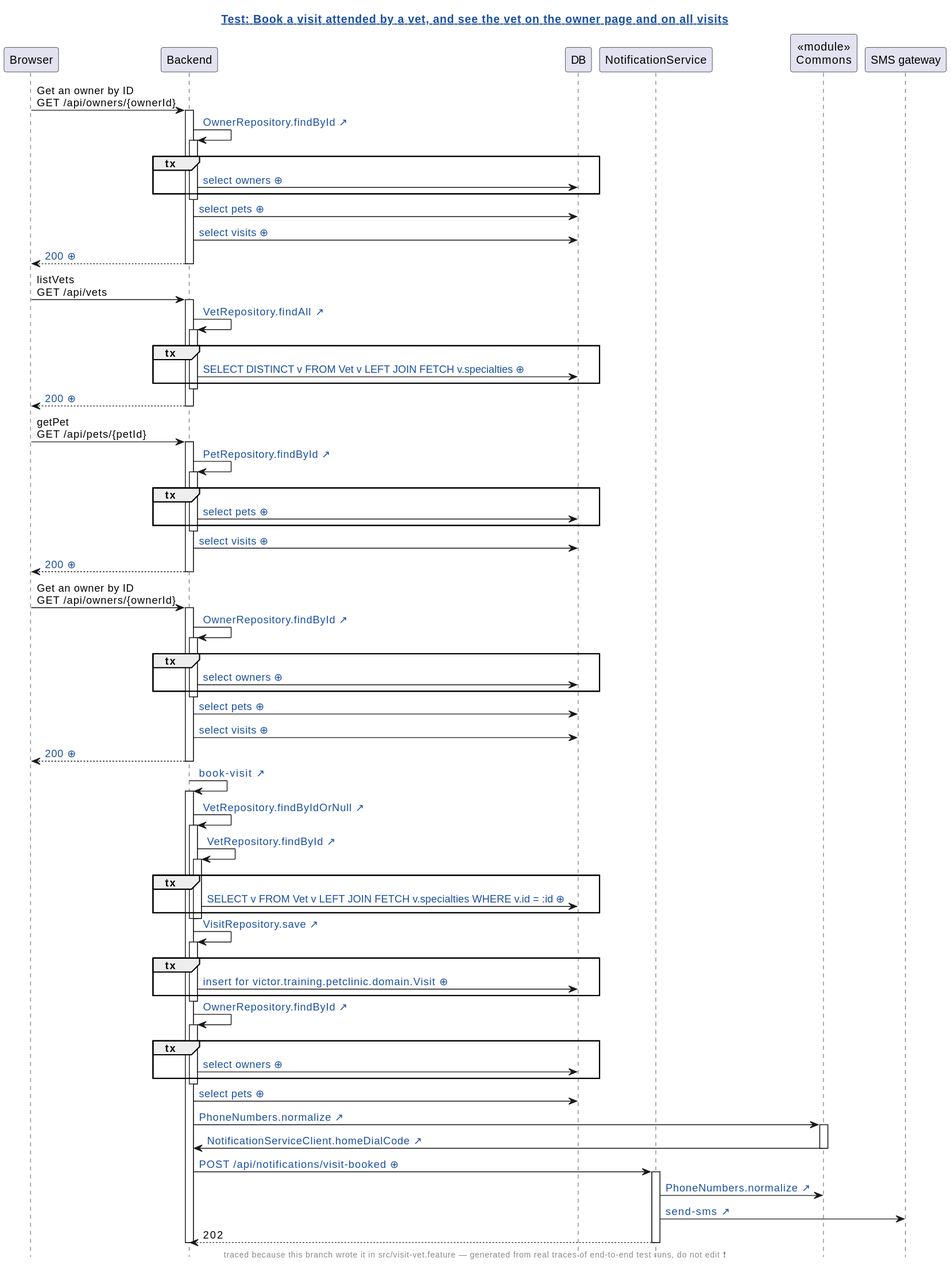
AgustinOliver98/human-review keeps this PlantUML diagram as demo/demo/assets/diagrams/petclinic-test_generated_visit-vet.feature.book-a-visit-attended-by-a-vet-and-see-the-vet-on-the-owner-page-and-on-all-visits.genseq.diff.svg. Above is the earlier version.
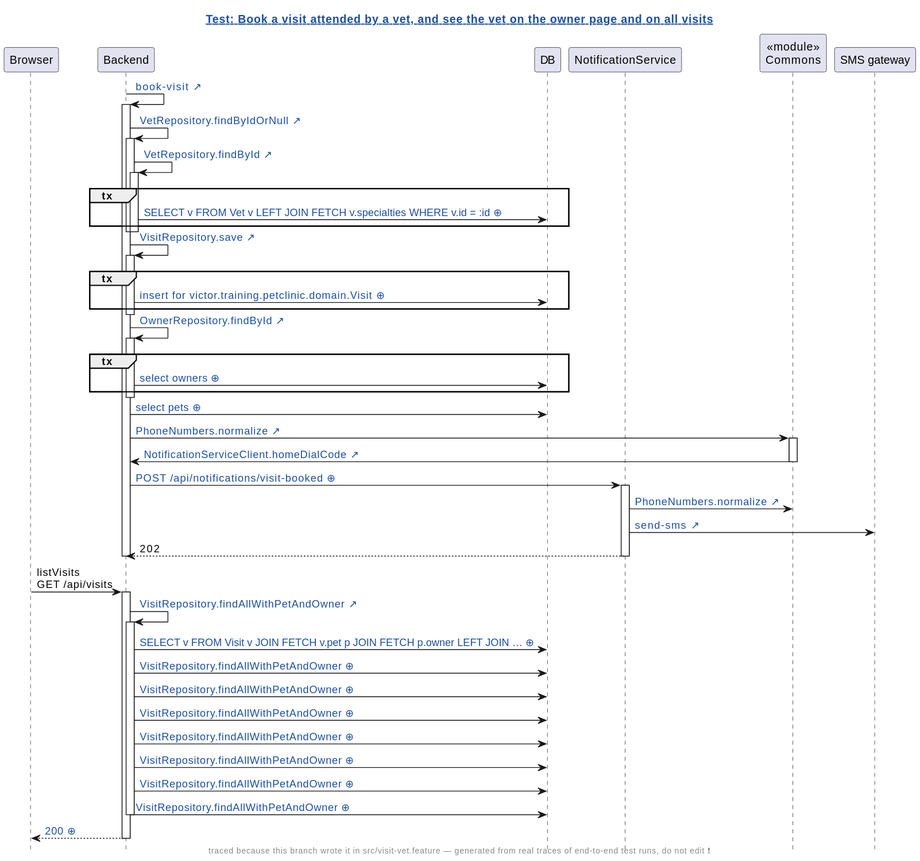
The same file after the commit.

What changed in the source:
```diff
@@ -10,51 +10,6 @@
 participant NotificationService
 participant "«module»\nCommons" as Commons
 participant "SMS gateway"
-Browser -> Backend: Get an owner by ID\nGET /api/owners/{ownerId}
-activate Backend
-Backend -> Backend: [[src://petclinic-backend/src/main/java/victor/training/petclinic/repository/OwnerRepository.java:14{Click to open OwnerRepository.findById} OwnerRepository.findById ↗]]
-activate Backend
-group tx
-Backend -> DB: [[genseq://0x8aana{Click for the statement behind this call} select owners ⊕]]
-end
-deactivate Backend
-Backend -> DB: [[genseq://18567ho{Click for the statement behind this call} select pets ⊕]]
-Backend -> DB: [[genseq://1eq1h2q{Click for the statement behind this call} select visits ⊕]]
-Backend --> Browser: [[genseq://1bhasc1{Click for this call’s JSON body} 200 ⊕]]
-deactivate Backend
-Browser -> Backend: listVets\nGET /api/vets
-activate Backend
-Backend -> Backend: [[src://petclinic-backend/src/main/java/victor/training/petclinic/repository/VetRepository.java:13{Click to open VetRepository.findAll} VetRepository.findAll ↗]]
-activate Backend
-group tx
-Backend -> DB: [[genseq://0p6yxbc{Click for the statement behind this call} SELECT DISTINCT v FROM Vet v LEFT JOIN FETCH v.specialties ⊕]]
-end
-deactivate Backend
-Backend --> Browser: [[genseq://1nmg2oo{Click for this call’s JSON body} 200 ⊕]]
-deactivate Backend
-Browser -> Backend: getPet\nGET /api/pets/{petId}
-activate Backend
-Backend -> Backend: [[src://petclinic-backend/src/main/java/victor/training/petclinic/repository/PetRepository.java:16{Click to open PetRepository.findById} PetRepository.findById ↗]]
-activate Backend
-group tx
-Backend -> DB: [[genseq://0y7w2ps{Click for the statement behind this call} select pets ⊕]]
-end
-deactivate Backend
-Backend -> DB: [[genseq://1eq1h2q{Click for the statement behind this call} select visits ⊕]]
-Backend --> Browser: [[genseq://0n1gsl8{Click for this call’s JSON body} 200 ⊕]]
-deactivate Backend
-Browser -> Backend: Get an owner by ID\nGET /api/owners/{ownerId}
-activate Backend
-Backend -> Backend: [[src://petclinic-backend/src/main/java/victor/training/petclinic/repository/OwnerRepository.java:14{Click to open OwnerRepository.findById} OwnerRepository.findById ↗]]
-activate Backend
-group tx
-Backend -> DB: [[genseq://0x8aana{Click for the statement behind this call} select owners ⊕]]
-end
-deactivate Backend
-Backend -> DB: [[genseq://18567ho{Click for the statement behind this call} select pets ⊕]]
-Backend -> DB: [[genseq://1eq1h2q{Click for the statement behind this call} select visits ⊕]]
-Backend --> Browser: [[genseq://1bhasc1{Click for this call’s JSON body} 200 ⊕]]
-deactivate Backend
 Backend -> Backend: [[src://petclinic-backend/src/main/java/victor/training/petclinic/rest/OwnerRestController.java:193{Click to open OwnerRestController.bookVisit} book-visit ↗]]
 activate Backend
 Backend -> Backend: [[src://petclinic-backend/src/main/java/victor/training/petclinic/repository/VetRepository.java:19{Click to open VetRepository.findByIdOrNull} VetRepository.findByIdOrNull ↗]]
@@ -69,7 +24,7 @@
 Backend -> Backend: [[src://petclinic-backend/src/main/java/victor/training/petclinic/repository/VisitRepository.java:14{Click to open VisitRepository.save} VisitRepository.save ↗]]
 activate Backend
 group tx
-Backend -> DB: [[genseq://0rtjcxu{Click for the statement behind this call} insert for victor.training.petclinic.domain.Visit ⊕]]
+Backend -> DB: [[genseq://06mhyhk{Click for the statement behind this call} insert for victor.training.petclinic.domain.Visit ⊕]]
 end
 deactivate Backend
 Backend -> Backend: [[src://petclinic-backend/src/main/java/victor/training/petclinic/repository/OwnerRepository.java:14{Click to open OwnerRepository.findById} OwnerRepository.findById ↗]]
@@ -90,4 +45,19 @@
 NotificationService --> Backend: 202
 deactivate NotificationService
 deactivate Backend
+Browser -> Backend: listVisits\nGET /api/visits
+activate Backend
+Backend -> Backend: [[src://petclinic-backend/src/main/java/victor/training/petclinic/repository/VisitRepository.java:19{Click to open VisitRepository.findAllWithPetAndOwner} VisitRepository.findAllWithPetAndOwner ↗]]
+activate Backend
+Backend -> DB: [[genseq://1706k1o{Click for the statement behind this call} SELECT v FROM Visit v JOIN FETCH v.pet p JOIN FETCH p.owner LEFT JOIN … ⊕]]
+Backend -> DB: [[genseq://0cvbten{Click for the statement behind this call} VisitRepository.findAllWithPetAndOwner ⊕]]
+Backend -> DB: [[genseq://0xm9qzg{Click for the statement behind this call} VisitRepository.findAllWithPetAndOwner ⊕]]
+Backend -> DB: [[genseq://070fg5f{Click for the statement behind this call} VisitRepository.findAllWithPetAndOwner ⊕]]
+Backend -> DB: [[genseq://1heb9yw{Click for the statement behind this call} VisitRepository.findAllWithPetAndOwner ⊕]]
+Backend -> DB: [[genseq://0g8ptx2{Click for the statement behind this call} VisitRepository.findAllWithPetAndOwner ⊕]]
+Backend -> DB: [[genseq://0i1m34t{Click for the statement behind this call} VisitRepository.findAllWithPetAndOwner ⊕]]
+Backend -> DB: [[genseq://094wceq{Click for the statement behind this call} VisitRepository.findAllWithPetAndOwner ⊕]]
+deactivate Backend
+Backend --> Browser: [[genseq://0p8wewa{Click for this call’s JSON body} 200 ⊕]]
+deactivate Backend
 @enduml
```
